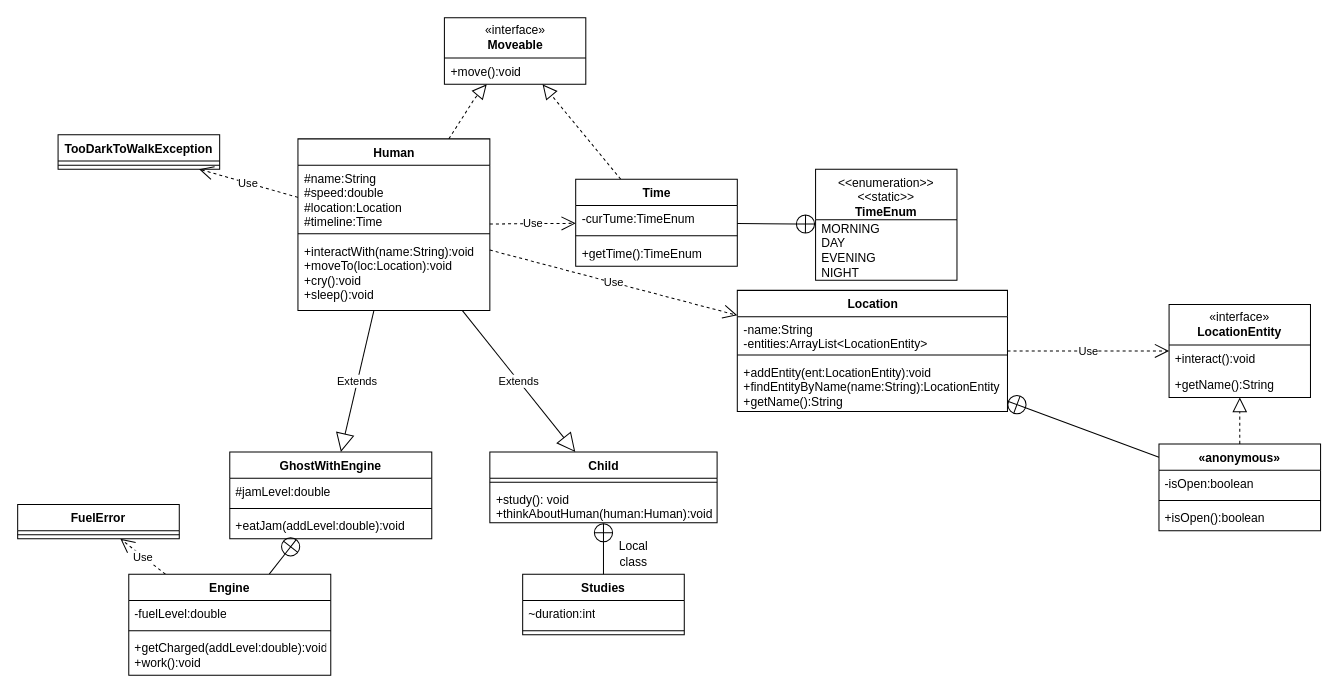
This is UMLDiagram.drawio from PetrIgnatov/ITMOProgLab4, a draw.io file, before an edit. Source tidied: cells renumbered, new cells numbered last; positions are measured from the earlier drawing's top-left corner, leaving out a move shared by most shapes. Both pictures are drawn from the tidied source at 101%, with x=0, y=0 at pixel (17, 17).
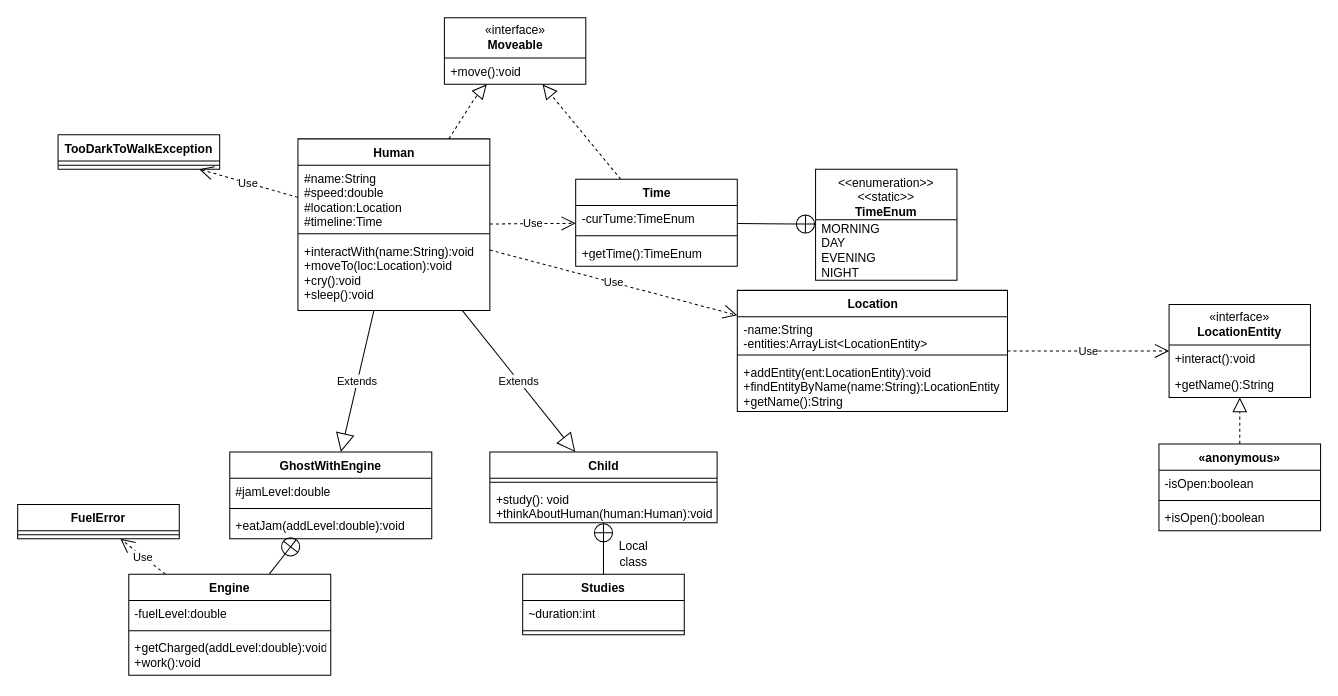
The same page after the edit.

Commit message:
Updated UML Diagram

Unchanged cells that the change refers to:
```xml
<mxCell id="18" value="Location" style="swimlane;fontStyle=1;align=center;verticalAlign=top;horizontal=1;startSize=26;whiteSpace=wrap;html=1;" parent="1" vertex="1">
  <mxGeometry x="712.5" y="270" width="267.5" height="120" as="geometry" />
</mxCell>
<mxCell id="34" value="«anonymous»" style="swimlane;fontStyle=1;align=center;verticalAlign=top;horizontal=1;startSize=26;whiteSpace=wrap;html=1;" parent="1" vertex="1">
  <mxGeometry x="1130" y="422" width="160" height="86" as="geometry" />
</mxCell>
```

Diff of the diagram source:
```diff
@@
-    <mxCell id="56" style="endArrow=circlePlus;startArrow=none;endFill=0;startFill=0;endSize=8;html=1;labelBackgroundColor=none;rounded=0;" parent="1" edge="1" source="34" target="18">
-      <mxGeometry relative="1" as="geometry" />
-    </mxCell>
```
